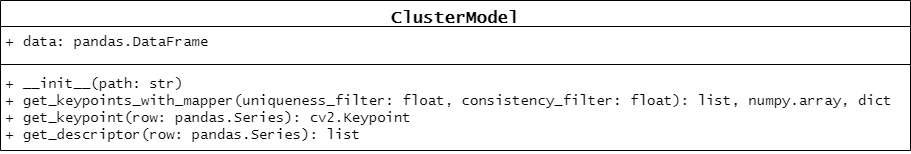
Earlier version of the draw.io export Gambar/clustermodel_class.png (gianmartind/Skripsi-6181801015). Source tidied: cells renumbered, new cells last; positions are measured from the earlier drawing's top-left corner, leaving out a move shared by most shapes. The source it was exported from:
```xml
<mxGraphModel>
  <root>
    <mxCell id="0" />
    <mxCell id="1" parent="0" />
    <mxCell id="2" value="ClusterModel" style="swimlane;fontStyle=1;align=center;verticalAlign=top;horizontal=1;startSize=26;fontSize=17;fontFamily=Lucida Console;" parent="1" vertex="1">
      <mxGeometry width="910" height="150" as="geometry" />
    </mxCell>
    <mxCell id="3" value="+ data: pandas.DataFrame&#10;&#10;" style="text;strokeColor=none;fillColor=none;align=left;verticalAlign=top;spacingLeft=4;spacingRight=4;overflow=hidden;points=[[0,0.5],[1,0.5]];portConstraint=eastwest;fontSize=14;fontFamily=Lucida Console;" parent="2" vertex="1">
      <mxGeometry y="26" width="910" height="34" as="geometry" />
    </mxCell>
    <mxCell id="4" style="line;strokeWidth=1;fillColor=none;align=left;verticalAlign=middle;spacingTop=-1;spacingLeft=3;spacingRight=3;labelPosition=right;" parent="2" vertex="1">
      <mxGeometry y="60" width="910" height="8" as="geometry" />
    </mxCell>
    <mxCell id="5" value="+ __init__(path: str)&#10;+ get_keypoints_with_mapper(uniqueness_filter: float, consistency_filter: float): list, numpy.array, dict&#10;+ get_keypoint(row: pandas.Series): cv2.Keypoint&#10;+ get_descriptor(row: pandas.Series): list&#10;&#10; " style="text;strokeColor=none;fillColor=none;align=left;verticalAlign=top;spacingLeft=4;spacingRight=4;overflow=hidden;points=[[0,0.5],[1,0.5]];portConstraint=eastwest;fontSize=14;fontFamily=Lucida Console;" parent="2" vertex="1">
      <mxGeometry y="68" width="910" height="82" as="geometry" />
    </mxCell>
  </root>
</mxGraphModel>
```
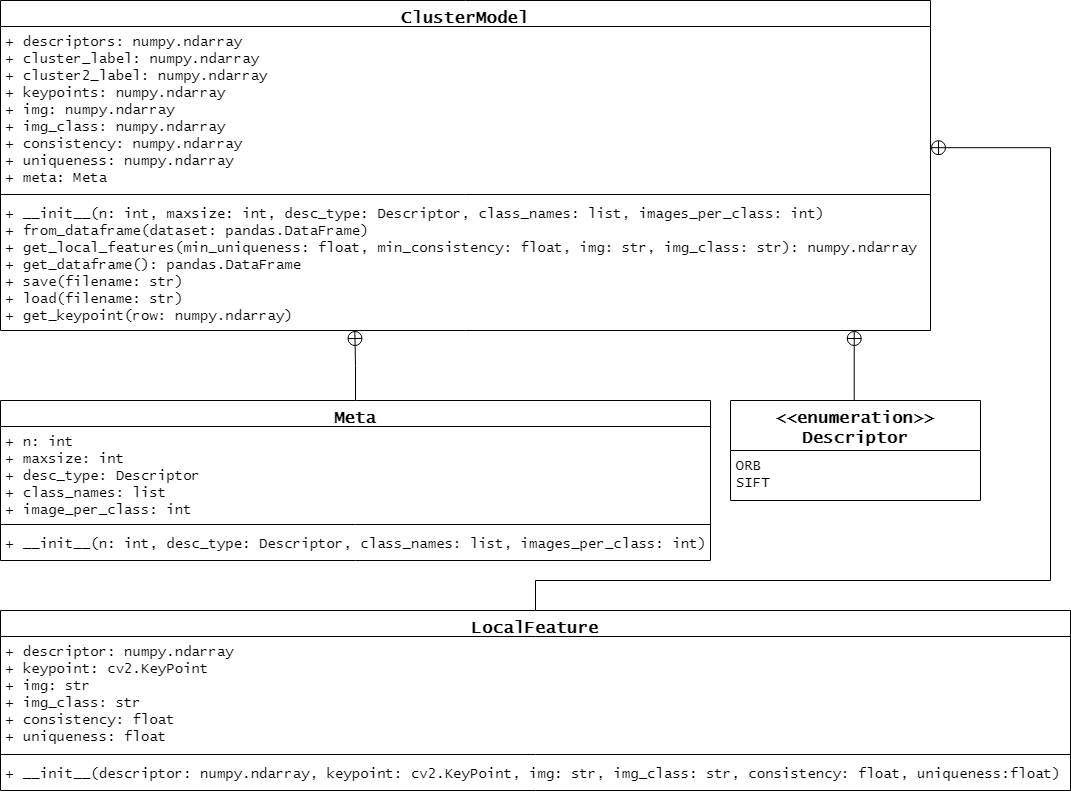
Above is the later version.

The edit, as a diff of the source:
```diff
@@ -3,16 +3,65 @@
     <mxCell id="0" />
     <mxCell id="1" parent="0" />
     <mxCell id="2" value="ClusterModel" style="swimlane;fontStyle=1;align=center;verticalAlign=top;horizontal=1;startSize=26;fontSize=17;fontFamily=Lucida Console;" parent="1" vertex="1">
-      <mxGeometry width="910" height="150" as="geometry" />
+      <mxGeometry width="930" height="330" as="geometry" />
     </mxCell>
-    <mxCell id="3" value="+ data: pandas.DataFrame&#10;&#10;" style="text;strokeColor=none;fillColor=none;align=left;verticalAlign=top;spacingLeft=4;spacingRight=4;overflow=hidden;points=[[0,0.5],[1,0.5]];portConstraint=eastwest;fontSize=14;fontFamily=Lucida Console;" parent="2" vertex="1">
-      <mxGeometry y="26" width="910" height="34" as="geometry" />
+    <mxCell id="3" value="+ descriptors: numpy.ndarray&#10;+ cluster_label: numpy.ndarray&#10;+ cluster2_label: numpy.ndarray&#10;+ keypoints: numpy.ndarray&#10;+ img: numpy.ndarray&#10;+ img_class: numpy.ndarray&#10;+ consistency: numpy.ndarray&#10;+ uniqueness: numpy.ndarray&#10;+ meta: Meta" style="text;strokeColor=none;fillColor=none;align=left;verticalAlign=top;spacingLeft=4;spacingRight=4;overflow=hidden;points=[[0,0.5],[1,0.5]];portConstraint=eastwest;fontSize=14;fontFamily=Lucida Console;" parent="2" vertex="1">
+      <mxGeometry y="26" width="930" height="164" as="geometry" />
     </mxCell>
     <mxCell id="4" style="line;strokeWidth=1;fillColor=none;align=left;verticalAlign=middle;spacingTop=-1;spacingLeft=3;spacingRight=3;labelPosition=right;" parent="2" vertex="1">
-      <mxGeometry y="60" width="910" height="8" as="geometry" />
+      <mxGeometry y="190" width="930" height="8" as="geometry" />
     </mxCell>
-    <mxCell id="5" value="+ __init__(path: str)&#10;+ get_keypoints_with_mapper(uniqueness_filter: float, consistency_filter: float): list, numpy.array, dict&#10;+ get_keypoint(row: pandas.Series): cv2.Keypoint&#10;+ get_descriptor(row: pandas.Series): list&#10;&#10; " style="text;strokeColor=none;fillColor=none;align=left;verticalAlign=top;spacingLeft=4;spacingRight=4;overflow=hidden;points=[[0,0.5],[1,0.5]];portConstraint=eastwest;fontSize=14;fontFamily=Lucida Console;" parent="2" vertex="1">
-      <mxGeometry y="68" width="910" height="82" as="geometry" />
+    <mxCell id="5" value="+ __init__(n: int, maxsize: int, desc_type: Descriptor, class_names: list, images_per_class: int)&#10;+ from_dataframe(dataset: pandas.DataFrame)&#10;+ get_local_features(min_uniqueness: float, min_consistency: float, img: str, img_class: str): numpy.ndarray&#10;+ get_dataframe(): pandas.DataFrame&#10;+ save(filename: str)&#10;+ load(filename: str)&#10;+ get_keypoint(row: numpy.ndarray)&#10;" style="text;strokeColor=none;fillColor=none;align=left;verticalAlign=top;spacingLeft=4;spacingRight=4;overflow=hidden;points=[[0,0.5],[1,0.5]];portConstraint=eastwest;fontSize=14;fontFamily=Lucida Console;" parent="2" vertex="1">
+      <mxGeometry y="198" width="930" height="132" as="geometry" />
     </mxCell>
+    <mxCell id="6" style="edgeStyle=orthogonalEdgeStyle;rounded=0;jettySize=auto;html=1;exitX=0.5;exitY=0;exitDx=0;exitDy=0;entryX=0.381;entryY=1;entryDx=0;entryDy=0;entryPerimeter=0;endArrow=circlePlus;endFill=0;" parent="1" edge="1" source="7" target="5">
+      <mxGeometry relative="1" as="geometry" />
+    </mxCell>
+    <mxCell id="7" value="Meta" style="swimlane;fontStyle=1;align=center;verticalAlign=top;horizontal=1;startSize=26;fontSize=17;fontFamily=Lucida Console;" parent="1" vertex="1">
+      <mxGeometry y="400" width="710" height="160" as="geometry" />
+    </mxCell>
+    <mxCell id="8" value="+ n: int&#10;+ maxsize: int&#10;+ desc_type: Descriptor&#10;+ class_names: list&#10;+ image_per_class: int" style="text;strokeColor=none;fillColor=none;align=left;verticalAlign=top;spacingLeft=4;spacingRight=4;overflow=hidden;fontSize=14;fontFamily=Lucida Console;" parent="7" vertex="1">
+      <mxGeometry y="26" width="710" height="94" as="geometry" />
+    </mxCell>
+    <mxCell id="9" style="line;strokeWidth=1;fillColor=none;align=left;verticalAlign=middle;spacingTop=-1;spacingLeft=3;spacingRight=3;labelPosition=right;" parent="7" vertex="1">
+      <mxGeometry y="120" width="710" height="8" as="geometry" />
+    </mxCell>
+    <mxCell id="10" value="+ __init__(n: int, desc_type: Descriptor, class_names: list, images_per_class: int)" style="text;strokeColor=none;fillColor=none;align=left;verticalAlign=top;spacingLeft=4;spacingRight=4;overflow=hidden;fontSize=14;fontFamily=Lucida Console;" parent="7" vertex="1">
+      <mxGeometry y="128" width="710" height="32" as="geometry" />
+    </mxCell>
+    <mxCell id="11" style="edgeStyle=orthogonalEdgeStyle;rounded=0;jettySize=auto;html=1;exitX=0.5;exitY=0;exitDx=0;exitDy=0;entryX=1;entryY=0.739;entryDx=0;entryDy=0;entryPerimeter=0;endArrow=circlePlus;endFill=0;" parent="1" edge="1" source="12" target="3">
+      <mxGeometry relative="1" as="geometry">
+        <Array as="points">
+          <mxPoint x="535" y="580" />
+          <mxPoint x="1050" y="580" />
+          <mxPoint x="1050" y="147" />
+        </Array>
+      </mxGeometry>
+    </mxCell>
+    <mxCell id="12" value="LocalFeature" style="swimlane;fontStyle=1;align=center;verticalAlign=top;horizontal=1;startSize=26;fontSize=17;fontFamily=Lucida Console;" parent="1" vertex="1">
+      <mxGeometry y="610" width="1070" height="180" as="geometry" />
+    </mxCell>
+    <mxCell id="13" value="+ descriptor: numpy.ndarray&#10;+ keypoint: cv2.KeyPoint&#10;+ img: str&#10;+ img_class: str&#10;+ consistency: float&#10;+ uniqueness: float" style="text;strokeColor=none;fillColor=none;align=left;verticalAlign=top;spacingLeft=4;spacingRight=4;overflow=hidden;fontSize=14;fontFamily=Lucida Console;" parent="12" vertex="1">
+      <mxGeometry y="26" width="1070" height="114" as="geometry" />
+    </mxCell>
+    <mxCell id="14" style="line;strokeWidth=1;fillColor=none;align=left;verticalAlign=middle;spacingTop=-1;spacingLeft=3;spacingRight=3;labelPosition=right;" parent="12" vertex="1">
+      <mxGeometry y="140" width="1070" height="8" as="geometry" />
+    </mxCell>
+    <mxCell id="15" value="+ __init__(descriptor: numpy.ndarray, keypoint: cv2.KeyPoint, img: str, img_class: str, consistency: float, uniqueness:float)" style="text;strokeColor=none;fillColor=none;align=left;verticalAlign=top;spacingLeft=4;spacingRight=4;overflow=hidden;fontSize=14;fontFamily=Lucida Console;" parent="12" vertex="1">
+      <mxGeometry y="148" width="1070" height="32" as="geometry" />
+    </mxCell>
+    <mxCell id="16" style="edgeStyle=orthogonalEdgeStyle;rounded=0;jettySize=auto;html=1;exitX=0.5;exitY=0;exitDx=0;exitDy=0;entryX=0.918;entryY=1;entryDx=0;entryDy=0;entryPerimeter=0;endArrow=circlePlus;endFill=0;" parent="1" edge="1" source="17" target="5">
+      <mxGeometry relative="1" as="geometry">
+        <Array as="points">
+          <mxPoint x="854" y="400" />
+        </Array>
+      </mxGeometry>
+    </mxCell>
+    <mxCell id="17" value="&lt;&lt;enumeration&gt;&gt;&#10;Descriptor" style="swimlane;fontStyle=1;align=center;verticalAlign=top;horizontal=1;startSize=50;fontSize=17;fontFamily=Lucida Console;" parent="1" vertex="1">
+      <mxGeometry x="730" y="400" width="250" height="100" as="geometry" />
+    </mxCell>
+    <mxCell id="18" value="ORB&#10;SIFT" style="text;strokeColor=none;fillColor=none;align=left;verticalAlign=top;spacingLeft=4;spacingRight=4;overflow=hidden;fontSize=14;fontFamily=Lucida Console;" parent="17" vertex="1">
+      <mxGeometry y="50" width="250" height="50" as="geometry" />
+    </mxCell>
   </root>
 </mxGraphModel>
```
